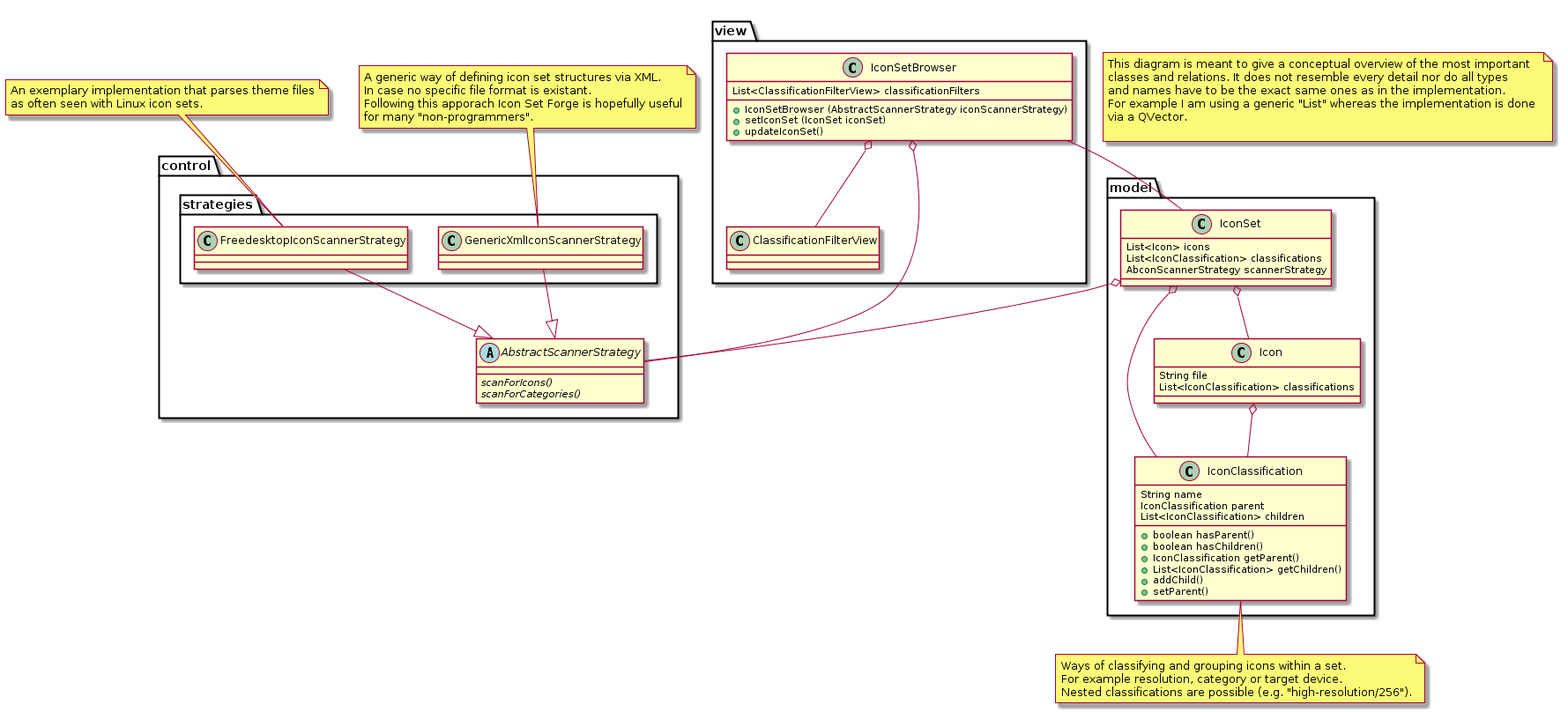
This is Concept/classes.png from Manuel-Kehl/Icon-Set-Forge, a PlantUML export, as it was before one commit.
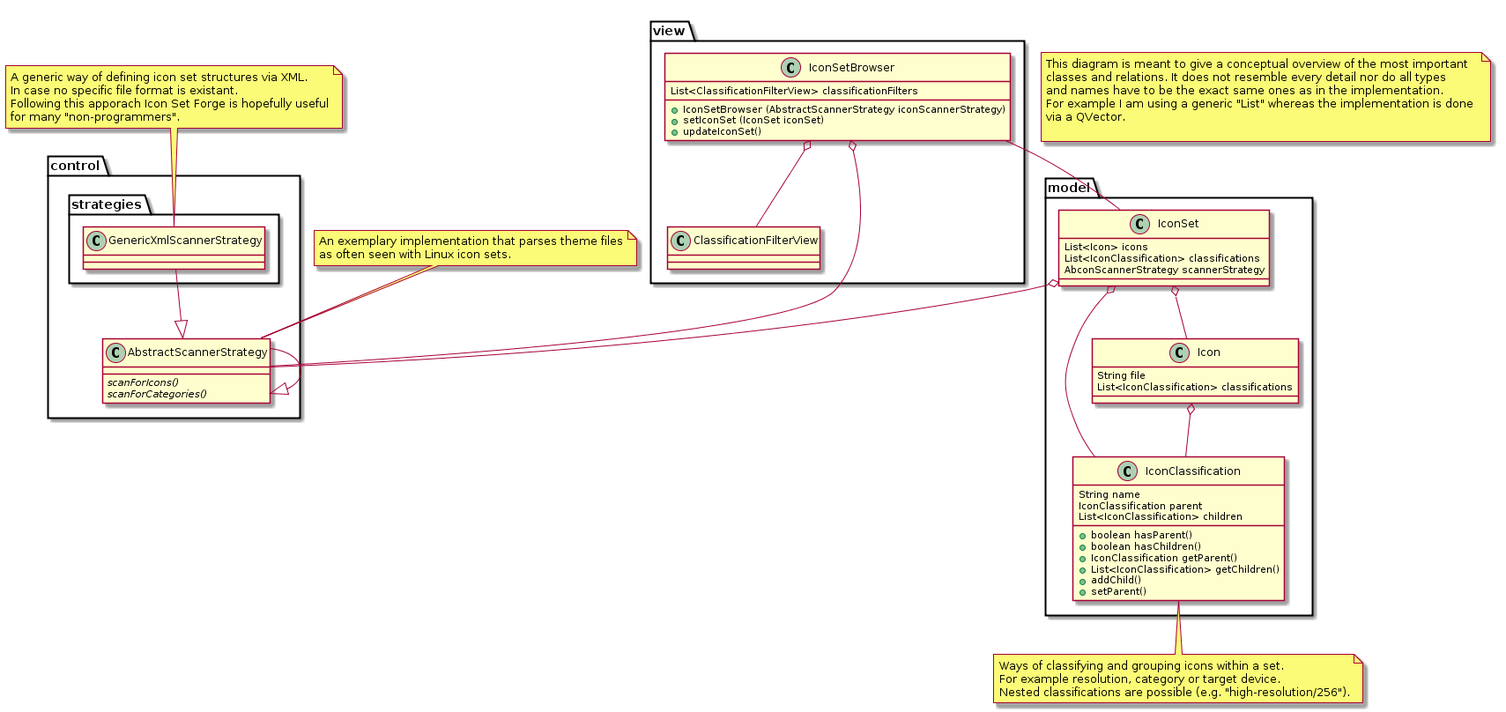
The same diagram one commit later.

Commit message:
Renamed the concrete strategy classes for better readability.

The edit, as a diff of the source:
```diff
@@ -15,8 +15,8 @@
 		{abstract} + scanForCategories()
 	}
 	package strategies {
-		class FreedesktopIconScannerStrategy --|> AbstractScannerStrategy
-		class GenericXmlIconScannerStrategy --|> AbstractScannerStrategy
+		class AbstractScannerStrategy --|> AbstractScannerStrategy
+		class GenericXmlScannerStrategy --|> AbstractScannerStrategy
 	}
 }
 
@@ -68,8 +68,8 @@
 
 note bottom of IconClassification: Ways of classifying and grouping icons within a set.\nFor example resolution, category or target device.\nNested classifications are possible (e.g. "high-resolution/256").
 
-note top of FreedesktopIconScannerStrategy: An exemplary implementation that parses theme files\nas often seen with Linux icon sets.
+note top of AbstractScannerStrategy: An exemplary implementation that parses theme files\nas often seen with Linux icon sets.
 
-note top of GenericXmlIconScannerStrategy: A generic way of defining icon set structures via XML.\nIn case no specific file format is existant.\nFollowing this apporach Icon Set Forge is hopefully useful\nfor many "non-programmers".
+note top of GenericXmlScannerStrategy: A generic way of defining icon set structures via XML.\nIn case no specific file format is existant.\nFollowing this apporach Icon Set Forge is hopefully useful\nfor many "non-programmers".
 
 @enduml
```
